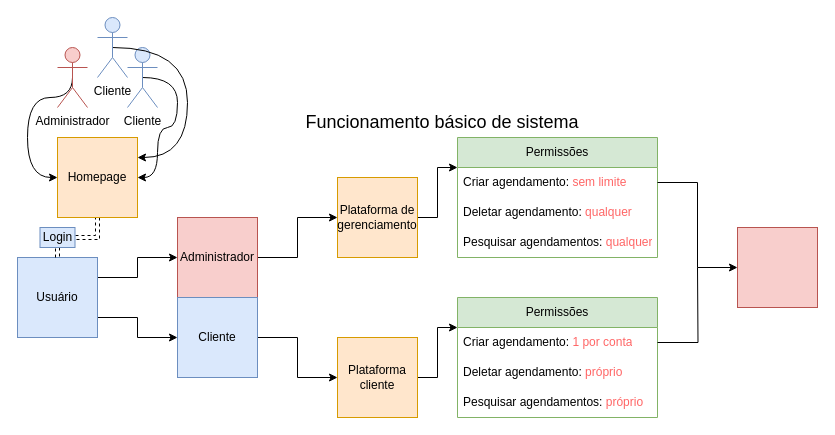
Before: documentação/ideias/diagrama.drawio in Creath-Noite-A/Agendamento-Documentacao, a draw.io diagram. Source tidied: cells renumbered, new cells numbered last; positions are measured from the earlier drawing's top-left corner, leaving out a move shared by most shapes. Both pictures are drawn from the tidied source at 100%, with x=0, y=0 at pixel (17, 17).
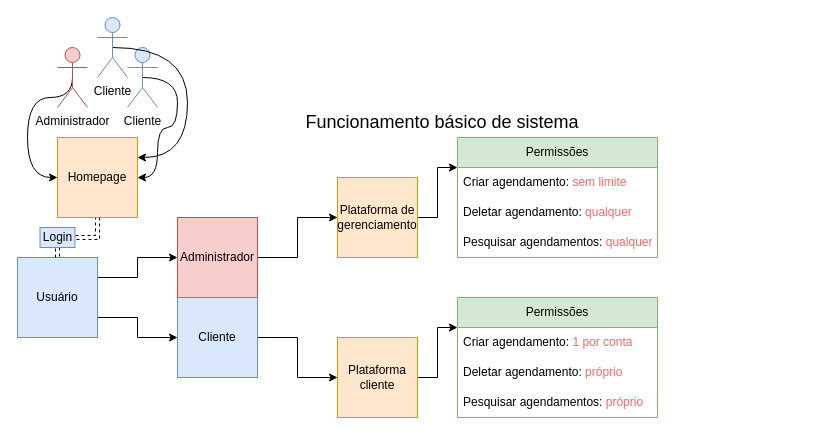
After the change.

The change refers to these unchanged cells:
```xml
<mxCell id="15" value="Permissões" style="swimlane;fontStyle=0;horizontal=1;startSize=30;whiteSpace=wrap;html=1;fillColor=#d5e8d4;strokeColor=#82b366;" parent="1" vertex="1">
  <mxGeometry x="440" y="280" width="200" height="120" as="geometry" />
</mxCell>
<mxCell id="17" value="Criar agendamento: &lt;font color=&quot;#ff6666&quot;&gt;1 por conta&lt;/font&gt;" style="text;strokeColor=none;fillColor=none;align=left;verticalAlign=middle;spacingLeft=4;spacingRight=4;overflow=hidden;points=[[0,0.5],[1,0.5]];portConstraint=eastwest;whiteSpace=wrap;html=1;" parent="15" vertex="1">
  <mxGeometry y="30" width="200" height="30" as="geometry" />
</mxCell>
<mxCell id="21" value="Criar agendamento: &lt;font color=&quot;#ff6666&quot;&gt;sem limite&lt;/font&gt;" style="text;strokeColor=none;fillColor=none;align=left;verticalAlign=middle;spacingLeft=4;spacingRight=4;overflow=hidden;points=[[0,0.5],[1,0.5]];portConstraint=eastwest;whiteSpace=wrap;html=1;" parent="20" vertex="1">
  <mxGeometry y="30" width="200" height="30" as="geometry" />
</mxCell>
```

The edit, as a diff of the source:
```diff
@@
-    <mxCell id="16" style="edgeStyle=orthogonalEdgeStyle;rounded=0;jettySize=auto;html=1;exitX=1;exitY=0.5;exitDx=0;exitDy=0;endArrow=none;endFill=0;" parent="15" edge="1" source="17">
-      <mxGeometry relative="1" as="geometry">
-        <mxPoint x="240" y="-30" as="targetPoint" />
-      </mxGeometry>
-    </mxCell>
@@
-    <mxCell id="34" style="whiteSpace=wrap;html=1;fillColor=#f8cecc;strokeColor=#b85450;" parent="1" vertex="1">
-      <mxGeometry x="720" y="210" width="80" height="80" as="geometry" />
-    </mxCell>
-    <mxCell id="35" style="edgeStyle=orthogonalEdgeStyle;rounded=0;jettySize=auto;html=1;exitX=1;exitY=0.5;exitDx=0;exitDy=0;entryX=0;entryY=0.5;entryDx=0;entryDy=0;" parent="1" edge="1" source="21" target="34">
-      <mxGeometry relative="1" as="geometry" />
-    </mxCell>
```
